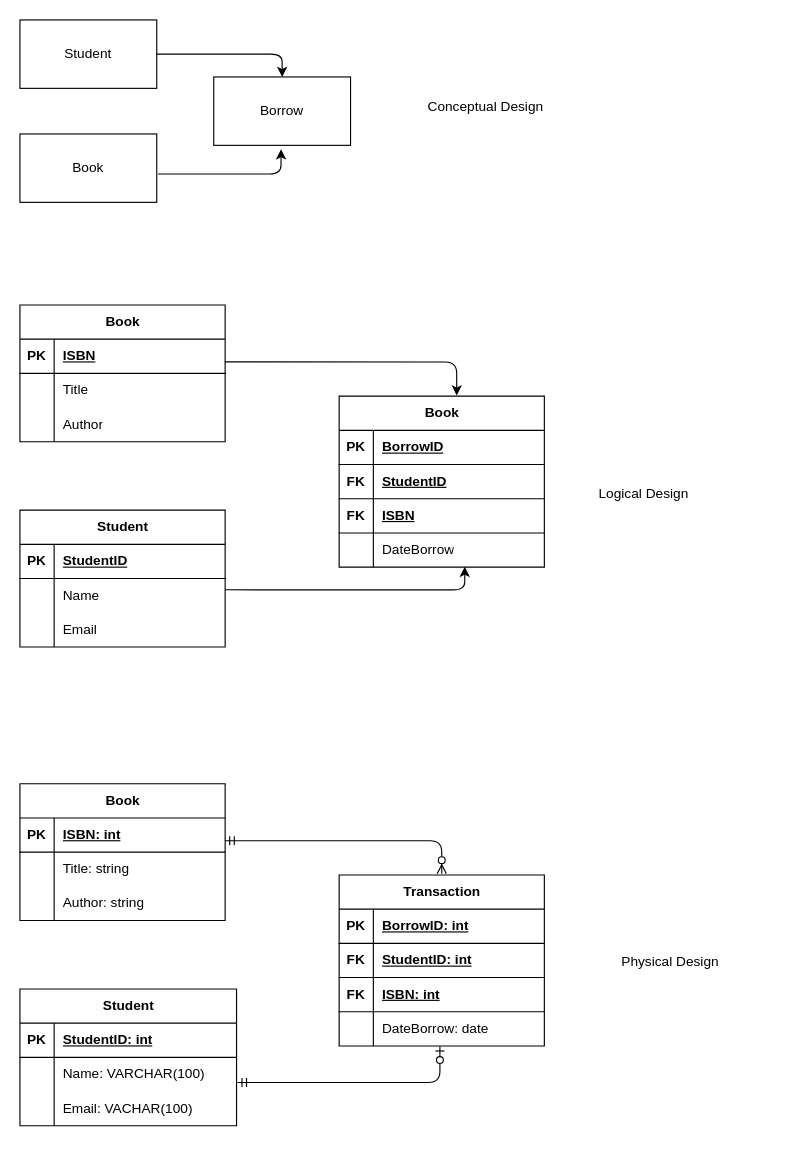
tochratana/database-class keeps this draw.io diagram as 2.database_model_and_architecture/1.practice/diagram.dio. Above is the earlier version. Source tidied: cells renumbered, new cells numbered last; positions are measured from the earlier drawing's top-left corner, leaving out a move shared by most shapes. Both pictures are drawn from the tidied source at 114%, with x=0, y=0 at pixel (19, 19).
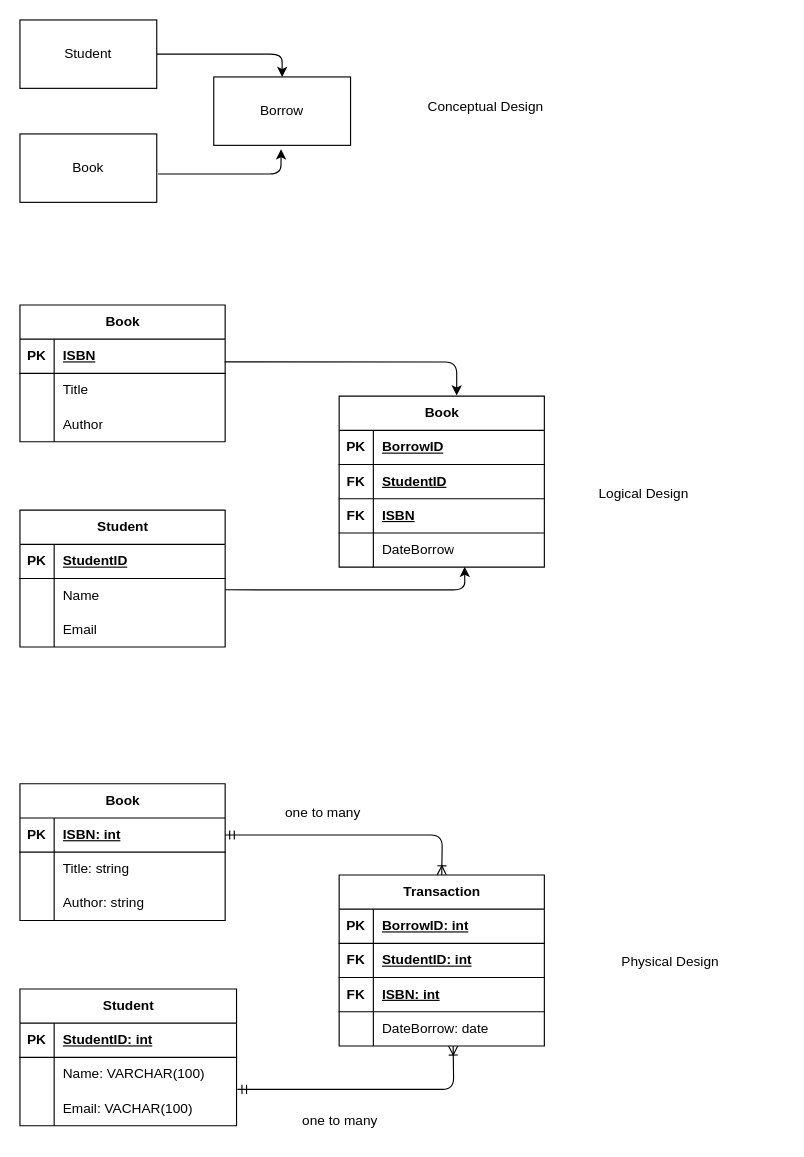
Above is the later version.

Unchanged cells that the change refers to:
```xml
<mxCell id="44" style="shape=tableRow;horizontal=0;startSize=0;swimlaneHead=0;swimlaneBody=0;fillColor=none;points=[[0,0.5],[1,0.5]];portConstraint=eastwest;top=0;left=0;right=0;bottom=0;" parent="40" vertex="1">
  <mxGeometry y="60" width="190" height="30" as="geometry" />
</mxCell>
<mxCell id="51" style="shape=tableRow;horizontal=0;startSize=0;swimlaneHead=0;swimlaneBody=0;fillColor=none;points=[[0,0.5],[1,0.5]];portConstraint=eastwest;top=0;left=0;right=0;bottom=1;" parent="50" vertex="1">
  <mxGeometry y="30" width="180" height="30" as="geometry" />
</mxCell>
<mxCell id="70" style="shape=tableRow;horizontal=0;startSize=0;swimlaneHead=0;swimlaneBody=0;fillColor=none;points=[[0,0.5],[1,0.5]];portConstraint=eastwest;top=0;left=0;right=0;bottom=0;" parent="60" vertex="1">
  <mxGeometry y="120" width="180" height="30" as="geometry" />
</mxCell>
```

What changed in the source:
```diff
@@
-    <mxCell id="75" style="edgeStyle=orthogonalEdgeStyle;fontSize=12;html=1;endArrow=ERzeroToMany;startArrow=ERmandOne;" parent="1" edge="1">
-      <mxGeometry relative="1" as="geometry">
-        <mxPoint x="180" y="720" as="sourcePoint" />
-        <mxPoint x="370" y="749" as="targetPoint" />
-        <Array as="points">
-          <mxPoint x="181" y="720" />
-          <mxPoint x="380" y="720" />
-        </Array>
-      </mxGeometry>
-    </mxCell>
-    <mxCell id="76" style="edgeStyle=orthogonalEdgeStyle;fontSize=12;html=1;endArrow=ERzeroToOne;startArrow=ERmandOne;exitX=1.004;exitY=0.736;exitDx=0;exitDy=0;exitPerimeter=0;entryX=0.491;entryY=1.014;entryDx=0;entryDy=0;entryPerimeter=0;" parent="1" edge="1" source="44" target="70">
-      <mxGeometry relative="1" as="geometry" />
-    </mxCell>
@@
+    <mxCell id="89" style="edgeStyle=orthogonalEdgeStyle;fontSize=12;html=1;endArrow=ERoneToMany;startArrow=ERmandOne;exitX=1;exitY=0.5;exitDx=0;exitDy=0;" parent="1" edge="1" source="51">
+      <mxGeometry relative="1" as="geometry">
+        <mxPoint x="370" y="750" as="targetPoint" />
+      </mxGeometry>
+    </mxCell>
+    <mxCell id="90" style="edgeStyle=orthogonalEdgeStyle;fontSize=12;html=1;endArrow=ERoneToMany;startArrow=ERmandOne;exitX=1.004;exitY=0.938;exitDx=0;exitDy=0;exitPerimeter=0;" parent="1" edge="1" source="44">
+      <mxGeometry relative="1" as="geometry">
+        <mxPoint x="380" y="900" as="targetPoint" />
+      </mxGeometry>
+    </mxCell>
+    <mxCell id="91" style="shape=table;startSize=0;childLayout=tableLayout;rowLines=0;fontStyle=0;align=center;strokeColor=none;fillColor=none;whiteSpace=wrap;html=1;" parent="1" vertex="1">
+      <mxGeometry x="195" y="680" width="180" height="30" as="geometry" />
+    </mxCell>
+    <mxCell id="92" style="shape=tableRow;horizontal=0;startSize=0;swimlaneHead=0;swimlaneBody=0;fillColor=none;top=0;left=0;right=0;bottom=0;" parent="91" vertex="1">
+      <mxGeometry width="180" height="30" as="geometry" />
+    </mxCell>
+    <mxCell id="93" style="shape=partialRectangle;fillColor=none;top=0;left=0;bottom=0;right=0;overflow=hidden;" parent="92" vertex="1">
+      <mxGeometry width="30" height="30" as="geometry" />
+    </mxCell>
+    <mxCell id="94" value="one to many" style="shape=partialRectangle;fillColor=none;top=0;left=0;bottom=0;right=0;align=left;spacingLeft=6;overflow=hidden;" parent="92" vertex="1">
+      <mxGeometry x="30" width="150" height="30" as="geometry" />
+    </mxCell>
+    <mxCell id="95" style="shape=table;startSize=0;childLayout=tableLayout;rowLines=0;fontStyle=0;align=center;strokeColor=none;fillColor=none;whiteSpace=wrap;html=1;" parent="1" vertex="1">
+      <mxGeometry x="210" y="950" width="180" height="30" as="geometry" />
+    </mxCell>
+    <mxCell id="96" style="shape=tableRow;horizontal=0;startSize=0;swimlaneHead=0;swimlaneBody=0;fillColor=none;top=0;left=0;right=0;bottom=0;" parent="95" vertex="1">
+      <mxGeometry width="180" height="30" as="geometry" />
+    </mxCell>
+    <mxCell id="97" style="shape=partialRectangle;fillColor=none;top=0;left=0;bottom=0;right=0;overflow=hidden;" parent="96" vertex="1">
+      <mxGeometry width="30" height="30" as="geometry" />
+    </mxCell>
+    <mxCell id="98" value="one to many" style="shape=partialRectangle;fillColor=none;top=0;left=0;bottom=0;right=0;align=left;spacingLeft=6;overflow=hidden;" parent="96" vertex="1">
+      <mxGeometry x="30" width="150" height="30" as="geometry" />
+    </mxCell>
```
